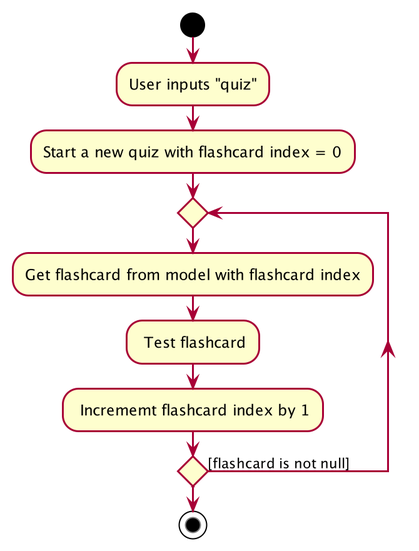
zhizhizhizhizhi/tp keeps this PlantUML diagram as docs/images/QuizActivityDiagram.png. Above is the earlier version. Its source is kept beside it as docs/diagrams/QuizActivityDiagram.puml.
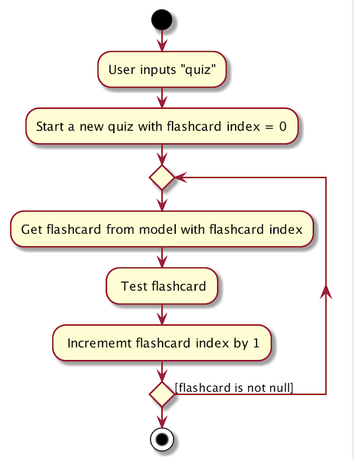
Above is the later version.

The edit, as a diff of the source:
```diff
@@ -1,5 +1,4 @@
 @startuml
-!include style.puml
 start
 :User inputs "quiz";
 :Start a new quiz with flashcard index = 0;
```
